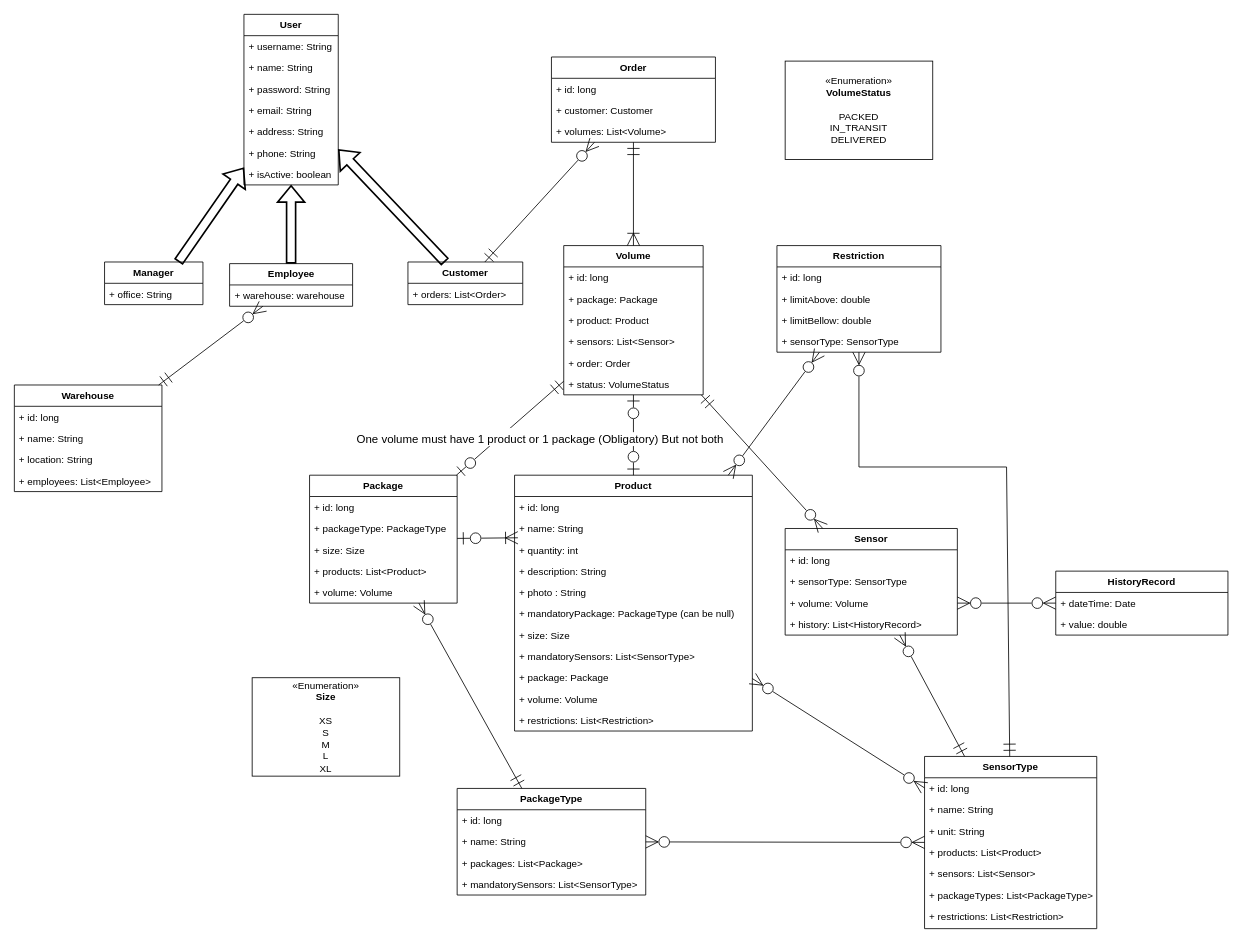
This is ClassDiagram.drawio from joelsb/AppMonitor, a draw.io file, before an edit. Source tidied: cells renumbered, new cells numbered last; positions are measured from the earlier drawing's top-left corner, leaving out a move shared by most shapes. Both pictures are drawn from the tidied source at 82%, with x=0, y=0 at pixel (14, 14).
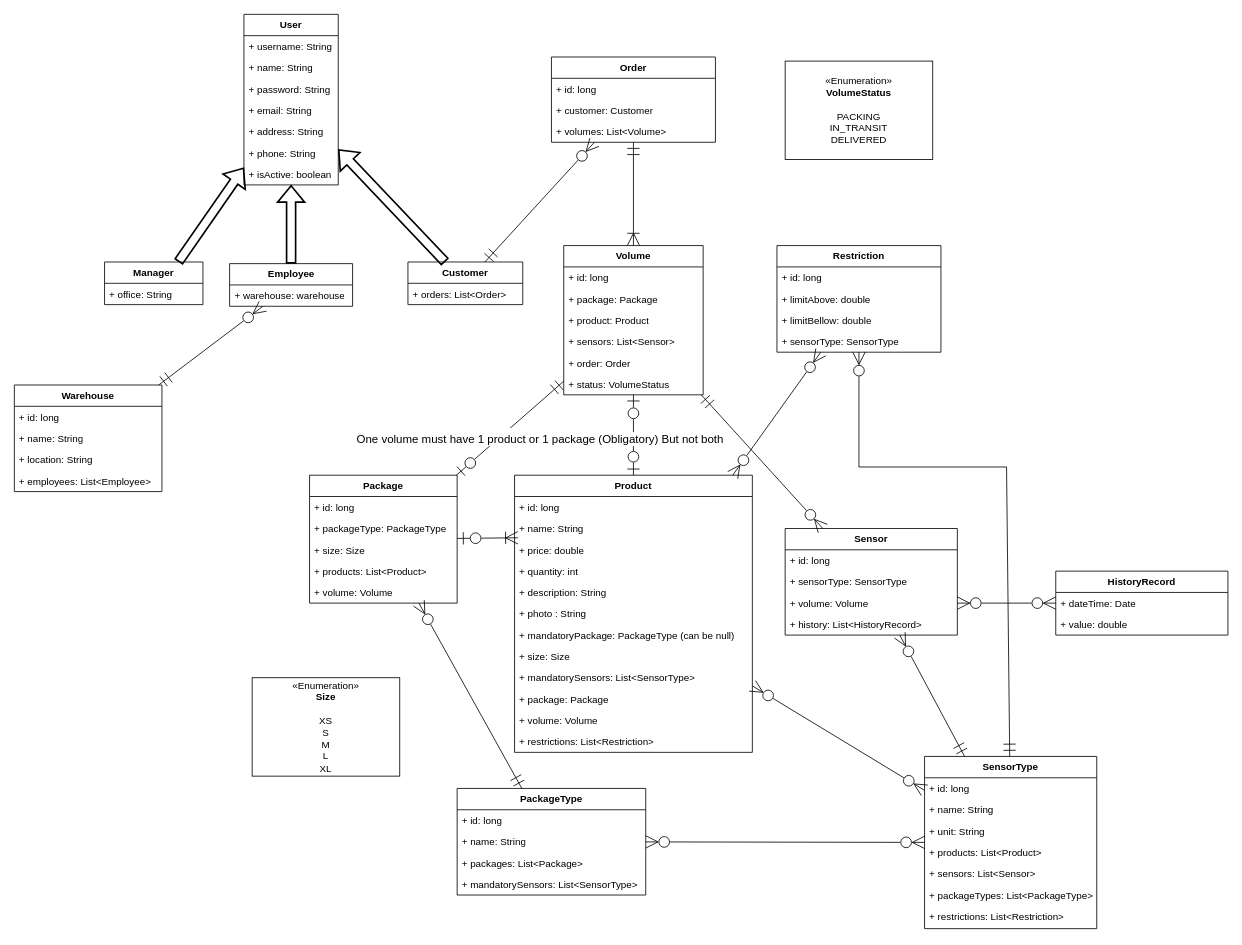
After the change.

What changed in the source:
```diff
@@
     <mxCell id="28" value="&lt;b&gt;Product&lt;/b&gt;" style="swimlane;fontStyle=0;horizontal=1;startSize=26;fillColor=none;whiteSpace=wrap;html=1;" parent="1" vertex="1">
-      <mxGeometry x="610" y="562" width="290" height="312" as="geometry" />
+      <mxGeometry x="610" y="562" width="290" height="338" as="geometry" />
     </mxCell>
@@
+    <mxCell id="99" value="+ price: double" style="text;strokeColor=none;fillColor=none;align=left;verticalAlign=top;spacingLeft=4;spacingRight=4;overflow=hidden;whiteSpace=wrap;html=1;" parent="28" vertex="1">
+      <mxGeometry y="78" width="290" height="26" as="geometry" />
+    </mxCell>
     <mxCell id="31" value="+ quantity: int" style="text;strokeColor=none;fillColor=none;align=left;verticalAlign=top;spacingLeft=4;spacingRight=4;overflow=hidden;whiteSpace=wrap;html=1;" parent="28" vertex="1">
-      <mxGeometry y="78" width="290" height="26" as="geometry" />
+      <mxGeometry y="104" width="290" height="26" as="geometry" />
     </mxCell>
     <mxCell id="32" value="+ description: String" style="text;strokeColor=none;fillColor=none;align=left;verticalAlign=top;spacingLeft=4;spacingRight=4;overflow=hidden;whiteSpace=wrap;html=1;" parent="28" vertex="1">
-      <mxGeometry y="104" width="290" height="26" as="geometry" />
+      <mxGeometry y="130" width="290" height="26" as="geometry" />
     </mxCell>
     <mxCell id="33" value="+ photo : String" style="text;strokeColor=none;fillColor=none;align=left;verticalAlign=top;spacingLeft=4;spacingRight=4;overflow=hidden;whiteSpace=wrap;html=1;" parent="28" vertex="1">
-      <mxGeometry y="130" width="290" height="26" as="geometry" />
+      <mxGeometry y="156" width="290" height="26" as="geometry" />
     </mxCell>
     <mxCell id="34" value="+ mandatoryPackage: PackageType (can be null)" style="text;strokeColor=none;fillColor=none;align=left;verticalAlign=top;spacingLeft=4;spacingRight=4;overflow=hidden;whiteSpace=wrap;html=1;" parent="28" vertex="1">
-      <mxGeometry y="156" width="290" height="26" as="geometry" />
+      <mxGeometry y="182" width="290" height="26" as="geometry" />
     </mxCell>
     <mxCell id="35" value="+ size: Size" style="text;strokeColor=none;fillColor=none;align=left;verticalAlign=top;spacingLeft=4;spacingRight=4;overflow=hidden;whiteSpace=wrap;html=1;" parent="28" vertex="1">
-      <mxGeometry y="182" width="290" height="26" as="geometry" />
+      <mxGeometry y="208" width="290" height="26" as="geometry" />
     </mxCell>
     <mxCell id="36" value="+ mandatorySensors: List&amp;lt;SensorType&amp;gt;" style="text;strokeColor=none;fillColor=none;align=left;verticalAlign=top;spacingLeft=4;spacingRight=4;overflow=hidden;whiteSpace=wrap;html=1;" parent="28" vertex="1">
-      <mxGeometry y="208" width="290" height="26" as="geometry" />
+      <mxGeometry y="234" width="290" height="26" as="geometry" />
     </mxCell>
     <mxCell id="37" value="+ package: Package" style="text;strokeColor=none;fillColor=none;align=left;verticalAlign=top;spacingLeft=4;spacingRight=4;overflow=hidden;whiteSpace=wrap;html=1;" parent="28" vertex="1">
-      <mxGeometry y="234" width="290" height="26" as="geometry" />
+      <mxGeometry y="260" width="290" height="26" as="geometry" />
     </mxCell>
     <mxCell id="38" value="+ volume: Volume" style="text;strokeColor=none;fillColor=none;align=left;verticalAlign=top;spacingLeft=4;spacingRight=4;overflow=hidden;whiteSpace=wrap;html=1;" parent="28" vertex="1">
-      <mxGeometry y="260" width="290" height="26" as="geometry" />
+      <mxGeometry y="286" width="290" height="26" as="geometry" />
     </mxCell>
     <mxCell id="39" value="+ restrictions: List&amp;lt;Restriction&amp;gt;" style="text;strokeColor=none;fillColor=none;align=left;verticalAlign=top;spacingLeft=4;spacingRight=4;overflow=hidden;whiteSpace=wrap;html=1;" parent="28" vertex="1">
-      <mxGeometry y="286" width="290" height="26" as="geometry" />
+      <mxGeometry y="312" width="290" height="26" as="geometry" />
     </mxCell>
@@
-    <mxCell id="90" value="«Enumeration»&lt;br&gt;&lt;div&gt;&lt;b&gt;VolumeStatus&lt;/b&gt;&lt;/div&gt;&lt;div&gt;&lt;br&gt;&lt;/div&gt;&lt;div&gt;PACKED&lt;/div&gt;&lt;div&gt;IN_TRANSIT&lt;/div&gt;&lt;div&gt;DELIVERED&lt;b&gt;&lt;/b&gt;&lt;/div&gt;" style="html=1;whiteSpace=wrap;" parent="1" vertex="1">
+    <mxCell id="90" value="«Enumeration»&lt;br&gt;&lt;div&gt;&lt;b&gt;VolumeStatus&lt;/b&gt;&lt;/div&gt;&lt;div&gt;&lt;br&gt;&lt;/div&gt;&lt;div&gt;PACKING&lt;/div&gt;&lt;div&gt;IN_TRANSIT&lt;/div&gt;&lt;div&gt;DELIVERED&lt;b&gt;&lt;/b&gt;&lt;/div&gt;" style="html=1;whiteSpace=wrap;" parent="1" vertex="1">
       <mxGeometry x="940" y="57" width="180" height="120" as="geometry" />
     </mxCell>
```
